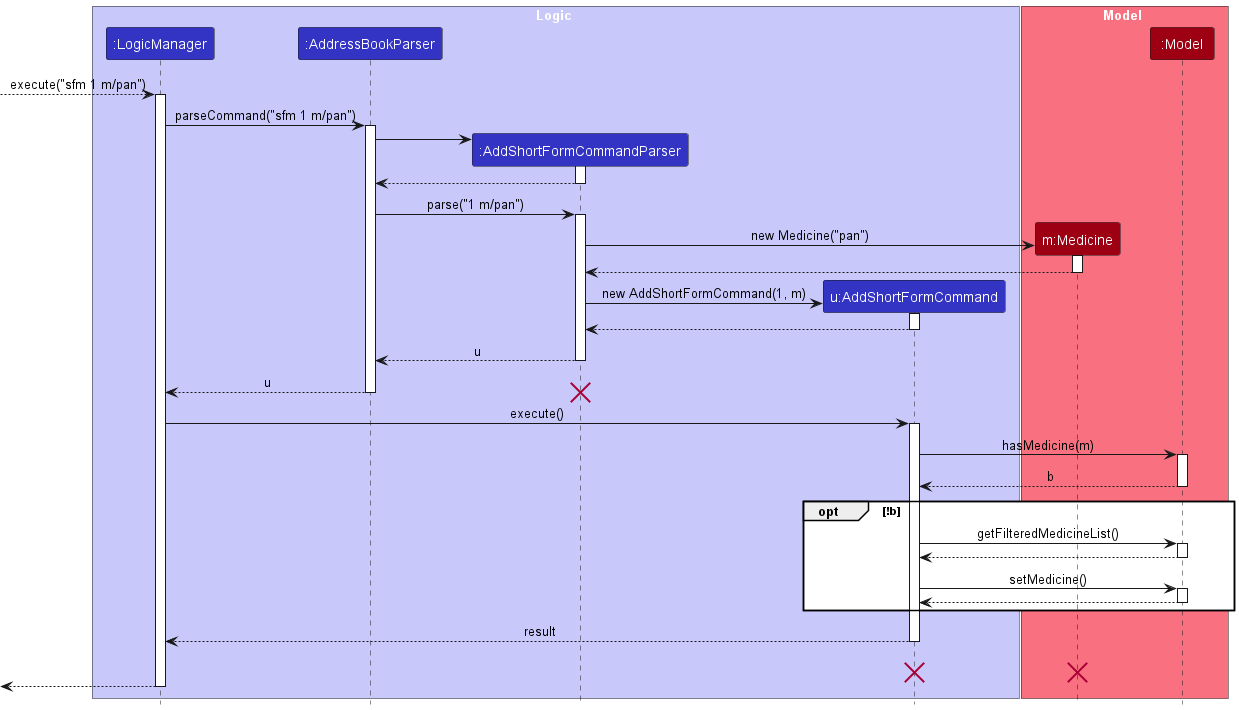
The PlantUML diagram docs/images/AddShortFormSequenceDiagram.png in timetraveller-123/tp, before a commit.
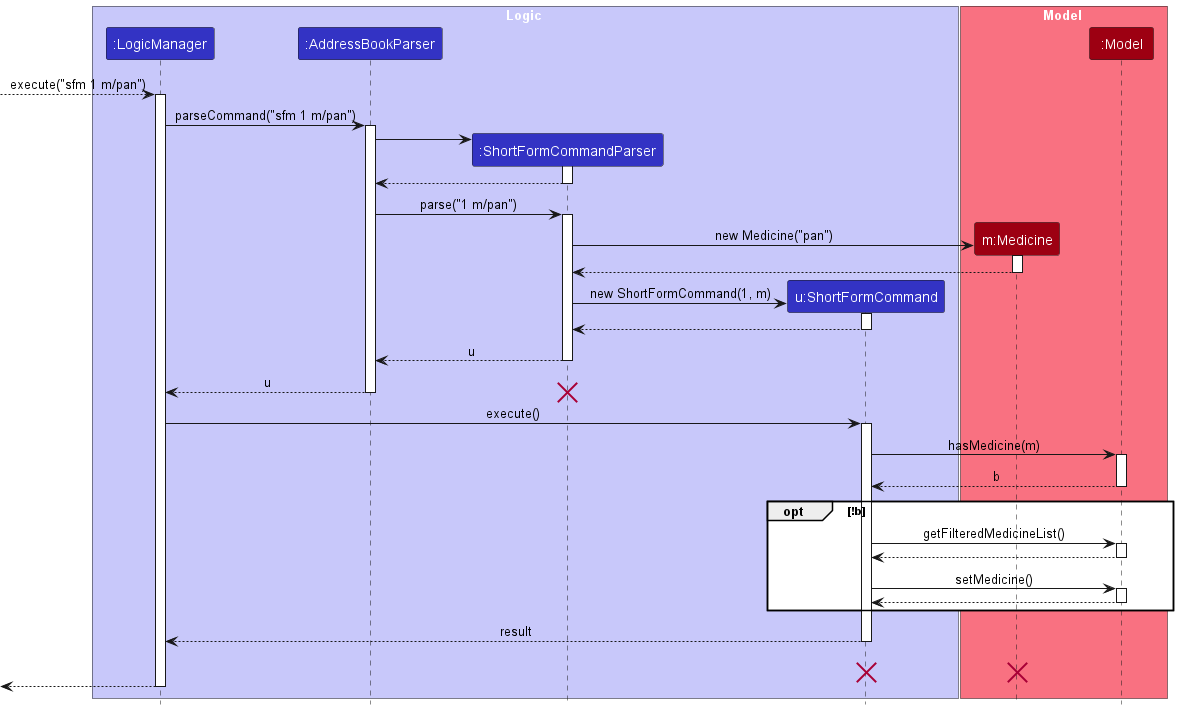
After the change.

What changed in the source:
```diff
@@ -5,8 +5,8 @@
 box Logic LOGIC_COLOR_T1
 participant ":LogicManager" as LogicManager LOGIC_COLOR
 participant ":AddressBookParser" as AddressBookParser LOGIC_COLOR
-participant ":AddShortFormCommandParser" as AddShortFormCommandParser LOGIC_COLOR
-participant "u:AddShortFormCommand" as AddShortFormCommand LOGIC_COLOR
+participant ":ShortFormCommandParser" as AddShortFormCommandParser LOGIC_COLOR
+participant "u:ShortFormCommand" as AddShortFormCommand LOGIC_COLOR
 
 
 end box
@@ -38,7 +38,7 @@
 deactivate Medicine1
 
 create AddShortFormCommand
-AddShortFormCommandParser -> AddShortFormCommand : new AddShortFormCommand(1, m)
+AddShortFormCommandParser -> AddShortFormCommand : new ShortFormCommand(1, m)
 activate AddShortFormCommand
 
 AddShortFormCommand --> AddShortFormCommandParser
```
